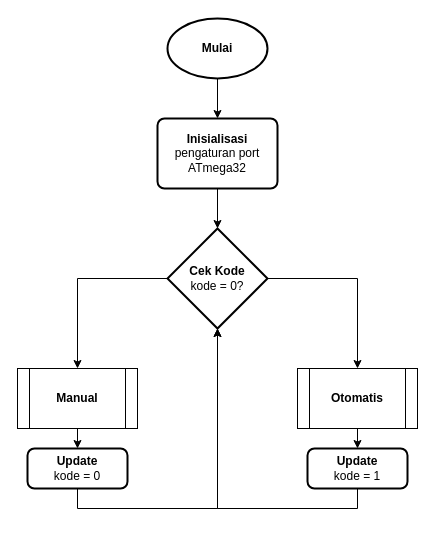
Above: Semester 2/Komunikasi Data/Alur Kode.drawio in Hidayadie/Alprog (draw.io), before the change. Source tidied: cells renumbered, new cells numbered last; positions are measured from the earlier drawing's top-left corner, leaving out a move shared by most shapes. Both pictures are drawn from the tidied source at 100%, with x=0, y=0 at pixel (17, 18).
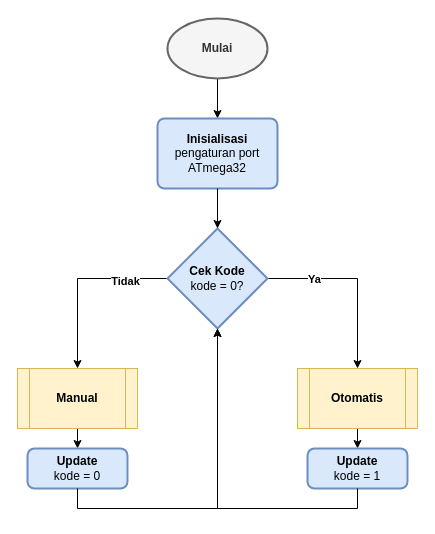
The same diagram, later.

The edit, as a diff of the source:
```diff
@@
 <mxGraphModel>
   <root>
     <mxCell id="0" />
     <mxCell id="1" parent="0" />
     <mxCell id="2" style="edgeStyle=orthogonalEdgeStyle;rounded=0;jettySize=auto;html=1;exitX=0.5;exitY=1;exitDx=0;exitDy=0;exitPerimeter=0;entryX=0.5;entryY=0;entryDx=0;entryDy=0;" parent="1" edge="1" source="3" target="4">
       <mxGeometry relative="1" as="geometry" />
     </mxCell>
-    <mxCell id="3" value="&lt;b&gt;Mulai&lt;/b&gt;" style="strokeWidth=2;html=1;shape=mxgraph.flowchart.start_1;whiteSpace=wrap;" parent="1" vertex="1">
+    <mxCell id="3" value="&lt;b&gt;Mulai&lt;/b&gt;" style="strokeWidth=2;html=1;shape=mxgraph.flowchart.start_1;whiteSpace=wrap;fillColor=#f5f5f5;fontColor=#333333;strokeColor=#666666;" parent="1" vertex="1">
       <mxGeometry x="150" width="100" height="60" as="geometry" />
     </mxCell>
-    <mxCell id="4" value="&lt;b&gt;Inisialisasi&lt;br&gt;&lt;/b&gt;pengaturan port ATmega32" style="rounded=1;whiteSpace=wrap;html=1;absoluteArcSize=1;arcSize=14;strokeWidth=2;" parent="1" vertex="1">
+    <mxCell id="4" value="&lt;b&gt;Inisialisasi&lt;br&gt;&lt;/b&gt;pengaturan port ATmega32" style="rounded=1;whiteSpace=wrap;html=1;absoluteArcSize=1;arcSize=14;strokeWidth=2;fillColor=#dae8fc;strokeColor=#6c8ebf;" parent="1" vertex="1">
       <mxGeometry x="140" y="100" width="120" height="70" as="geometry" />
     </mxCell>
     <mxCell id="5" style="edgeStyle=orthogonalEdgeStyle;rounded=0;jettySize=auto;html=1;exitX=1;exitY=0.5;exitDx=0;exitDy=0;exitPerimeter=0;entryX=0.5;entryY=0;entryDx=0;entryDy=0;" parent="1" edge="1" source="7" target="9">
       <mxGeometry relative="1" as="geometry" />
     </mxCell>
+    <mxCell id="17" value="&lt;b&gt;Ya&lt;/b&gt;" style="edgeLabel;html=1;align=center;verticalAlign=middle;" parent="5" vertex="1">
+      <mxGeometry x="-0.49" relative="1" as="geometry" />
+    </mxCell>
     <mxCell id="6" style="edgeStyle=orthogonalEdgeStyle;rounded=0;jettySize=auto;html=1;exitX=0;exitY=0.5;exitDx=0;exitDy=0;exitPerimeter=0;entryX=0.5;entryY=0;entryDx=0;entryDy=0;" parent="1" edge="1" source="7" target="12">
       <mxGeometry relative="1" as="geometry" />
     </mxCell>
+    <mxCell id="18" value="&lt;b&gt;Tidak&lt;/b&gt;" style="edgeLabel;html=1;align=center;verticalAlign=middle;" parent="6" vertex="1">
+      <mxGeometry x="-0.52" y="2" relative="1" as="geometry" />
+    </mxCell>
-    <mxCell id="7" value="&lt;div&gt;&lt;b&gt;Cek Kode&lt;/b&gt;&lt;/div&gt;&lt;div&gt;kode = 0?&lt;br&gt;&lt;/div&gt;" style="strokeWidth=2;html=1;shape=mxgraph.flowchart.decision;whiteSpace=wrap;" parent="1" vertex="1">
+    <mxCell id="7" value="&lt;div&gt;&lt;b&gt;Cek Kode&lt;/b&gt;&lt;/div&gt;&lt;div&gt;kode = 0?&lt;br&gt;&lt;/div&gt;" style="strokeWidth=2;html=1;shape=mxgraph.flowchart.decision;whiteSpace=wrap;fillColor=#dae8fc;strokeColor=#6c8ebf;" parent="1" vertex="1">
       <mxGeometry x="150" y="210" width="100" height="100" as="geometry" />
     </mxCell>
     <mxCell id="8" style="edgeStyle=orthogonalEdgeStyle;rounded=0;jettySize=auto;html=1;exitX=0.5;exitY=1;exitDx=0;exitDy=0;entryX=0.5;entryY=0;entryDx=0;entryDy=0;" parent="1" edge="1" source="9" target="10">
       <mxGeometry relative="1" as="geometry" />
     </mxCell>
-    <mxCell id="9" value="&lt;b&gt;Otomatis&lt;/b&gt;" style="shape=process;whiteSpace=wrap;html=1;backgroundOutline=1;" parent="1" vertex="1">
+    <mxCell id="9" value="&lt;b&gt;Otomatis&lt;/b&gt;" style="shape=process;whiteSpace=wrap;html=1;backgroundOutline=1;fillColor=#fff2cc;strokeColor=#d6b656;" parent="1" vertex="1">
       <mxGeometry x="280" y="350" width="120" height="60" as="geometry" />
     </mxCell>
-    <mxCell id="10" value="&lt;div&gt;&lt;b&gt;Update&lt;/b&gt;&lt;/div&gt;&lt;div&gt;kode = 1&lt;br&gt;&lt;/div&gt;" style="rounded=1;whiteSpace=wrap;html=1;absoluteArcSize=1;arcSize=14;strokeWidth=2;" parent="1" vertex="1">
+    <mxCell id="10" value="&lt;div&gt;&lt;b&gt;Update&lt;/b&gt;&lt;/div&gt;&lt;div&gt;kode = 1&lt;br&gt;&lt;/div&gt;" style="rounded=1;whiteSpace=wrap;html=1;absoluteArcSize=1;arcSize=14;strokeWidth=2;fillColor=#dae8fc;strokeColor=#6c8ebf;" parent="1" vertex="1">
       <mxGeometry x="290" y="430" width="100" height="40" as="geometry" />
     </mxCell>
     <mxCell id="11" style="edgeStyle=orthogonalEdgeStyle;rounded=0;jettySize=auto;html=1;exitX=0.5;exitY=1;exitDx=0;exitDy=0;entryX=0.5;entryY=0;entryDx=0;entryDy=0;" parent="1" edge="1" source="12" target="13">
       <mxGeometry relative="1" as="geometry" />
     </mxCell>
-    <mxCell id="12" value="&lt;b&gt;Manual&lt;/b&gt;" style="shape=process;whiteSpace=wrap;html=1;backgroundOutline=1;" parent="1" vertex="1">
+    <mxCell id="12" value="&lt;b&gt;Manual&lt;/b&gt;" style="shape=process;whiteSpace=wrap;html=1;backgroundOutline=1;fillColor=#fff2cc;strokeColor=#d6b656;" parent="1" vertex="1">
       <mxGeometry y="350" width="120" height="60" as="geometry" />
     </mxCell>
-    <mxCell id="13" value="&lt;div&gt;&lt;b&gt;Update&lt;/b&gt;&lt;/div&gt;&lt;div&gt;kode = 0&lt;br&gt;&lt;/div&gt;" style="rounded=1;whiteSpace=wrap;html=1;absoluteArcSize=1;arcSize=14;strokeWidth=2;" parent="1" vertex="1">
+    <mxCell id="13" value="&lt;div&gt;&lt;b&gt;Update&lt;/b&gt;&lt;/div&gt;&lt;div&gt;kode = 0&lt;br&gt;&lt;/div&gt;" style="rounded=1;whiteSpace=wrap;html=1;absoluteArcSize=1;arcSize=14;strokeWidth=2;fillColor=#dae8fc;strokeColor=#6c8ebf;" parent="1" vertex="1">
       <mxGeometry x="10" y="430" width="100" height="40" as="geometry" />
     </mxCell>
     <mxCell id="14" style="edgeStyle=orthogonalEdgeStyle;rounded=0;jettySize=auto;html=1;exitX=0.5;exitY=1;exitDx=0;exitDy=0;entryX=0.5;entryY=0;entryDx=0;entryDy=0;entryPerimeter=0;" parent="1" edge="1" source="4" target="7">
       <mxGeometry relative="1" as="geometry" />
     </mxCell>
     <mxCell id="15" style="edgeStyle=orthogonalEdgeStyle;rounded=0;jettySize=auto;html=1;exitX=0.5;exitY=1;exitDx=0;exitDy=0;entryX=0.5;entryY=1;entryDx=0;entryDy=0;entryPerimeter=0;" parent="1" edge="1" source="13" target="7">
       <mxGeometry relative="1" as="geometry" />
     </mxCell>
     <mxCell id="16" style="edgeStyle=orthogonalEdgeStyle;rounded=0;jettySize=auto;html=1;exitX=0.5;exitY=1;exitDx=0;exitDy=0;entryX=0.5;entryY=1;entryDx=0;entryDy=0;entryPerimeter=0;" parent="1" edge="1" source="10" target="7">
       <mxGeometry relative="1" as="geometry" />
     </mxCell>
   </root>
 </mxGraphModel>
```
